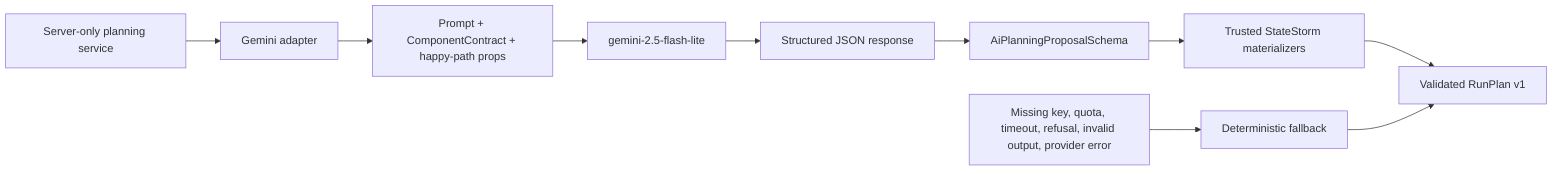
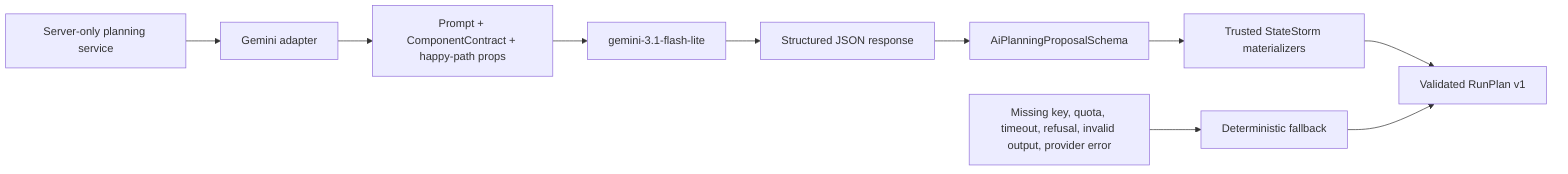
flowchart LR
  service[Server-only planning service] --> adapter[Gemini adapter]
  adapter --> request[Prompt + ComponentContract + happy-path props]
-   request --> gemini[gemini-2.5-flash-lite]
+   request --> gemini[gemini-3.1-flash-lite]
  gemini --> structured[Structured JSON response]
  structured --> zod[AiPlanningProposalSchema]
  zod --> trusted[Trusted StateStorm materializers]
  missing[Missing key, quota, timeout, refusal, invalid output, provider error] --> fallback[Deterministic fallback]
  trusted --> plan[Validated RunPlan v1]
  fallback --> plan
